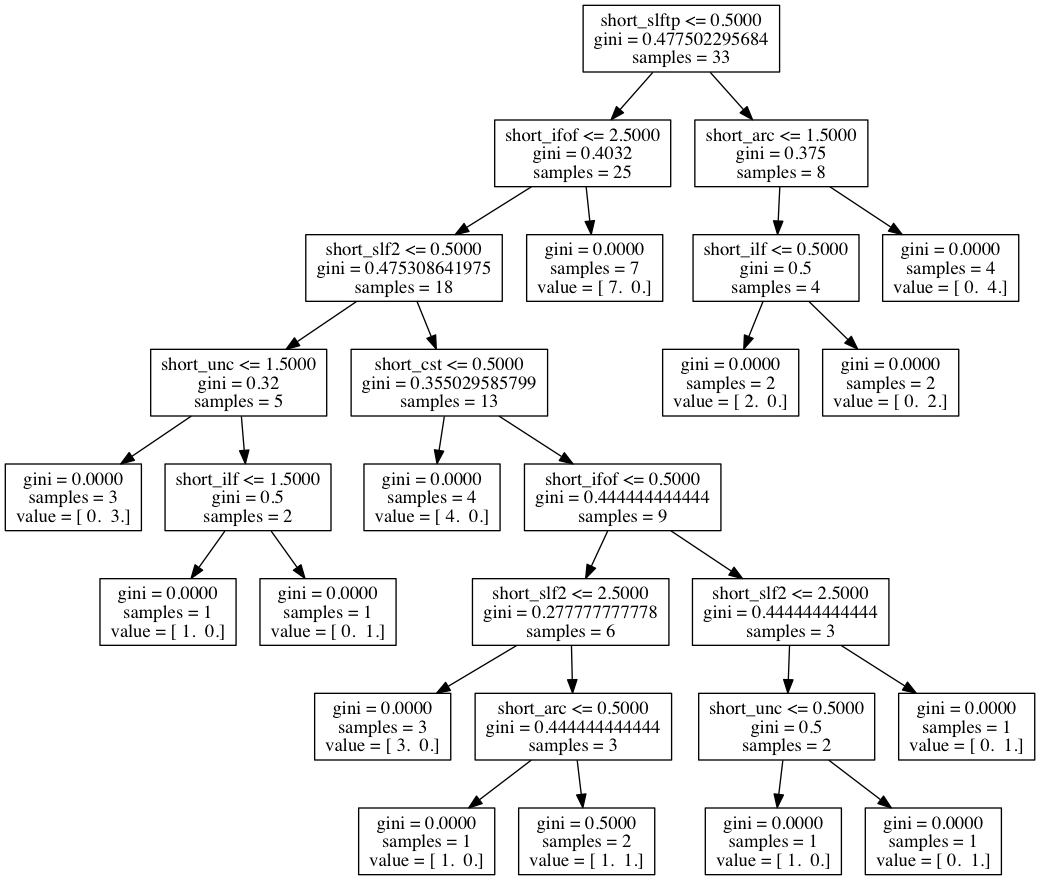
akeshavan/myscripts keeps this Graphviz diagram as neurosurgery_trees/shortLANGUAGE.png. Above is the earlier version. Its source is kept beside it as neurosurgery_trees/shortLANGUAGE.dot.
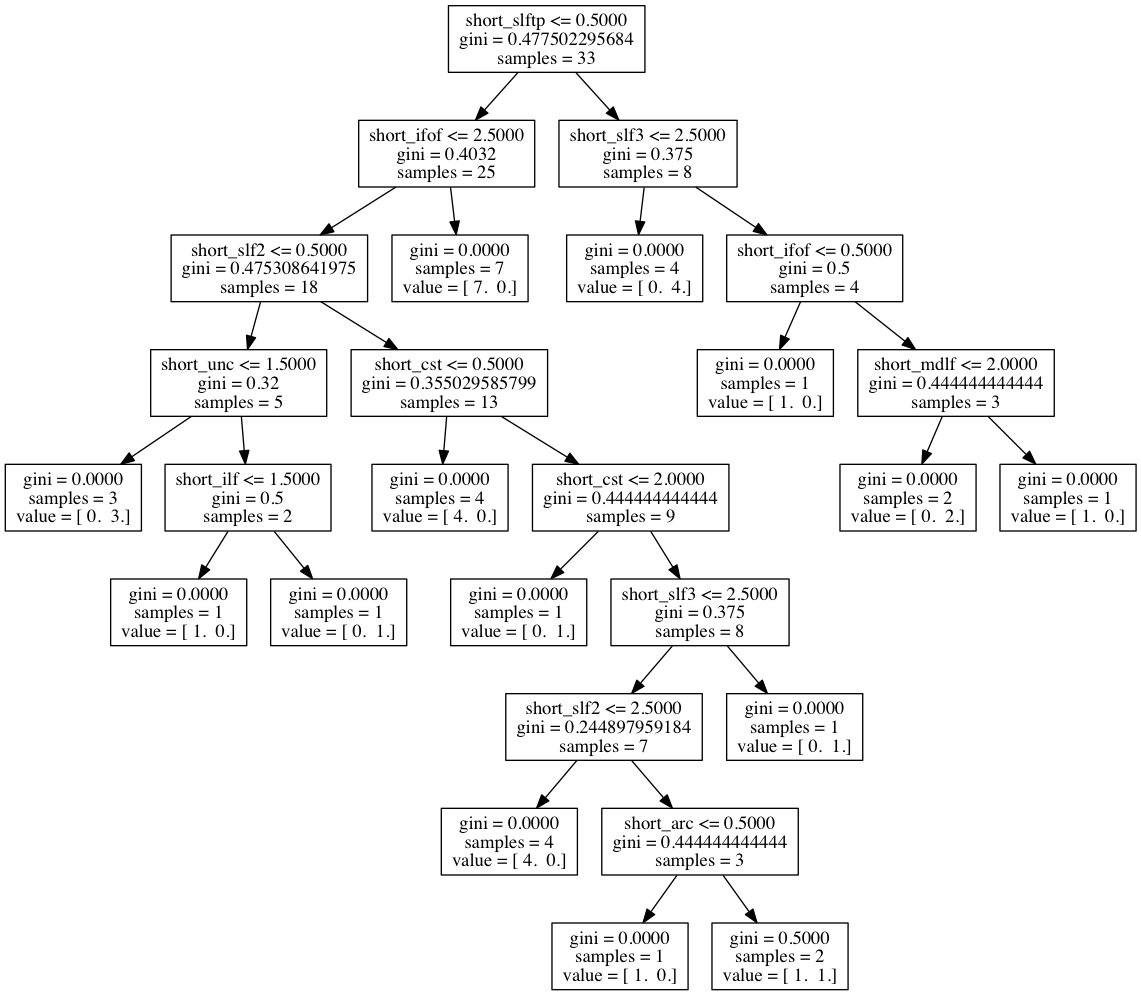
The same file after the commit.

The edit, as a diff of the source:
```diff
@@ -18,38 +18,38 @@
 2 -> 8 ;
 9 [label="gini = 0.0000\nsamples = 4\nvalue = [ 4.  0.]", shape="box"] ;
 8 -> 9 ;
-10 [label="X[6] <= 0.5000\ngini = 0.444444444444\nsamples = 9", shape="box"] ;
+10 [label="X[8] <= 2.0000\ngini = 0.444444444444\nsamples = 9", shape="box"] ;
 8 -> 10 ;
-11 [label="X[0] <= 2.5000\ngini = 0.277777777778\nsamples = 6", shape="box"] ;
+11 [label="gini = 0.0000\nsamples = 1\nvalue = [ 0.  1.]", shape="box"] ;
 10 -> 11 ;
-12 [label="gini = 0.0000\nsamples = 3\nvalue = [ 3.  0.]", shape="box"] ;
-11 -> 12 ;
-13 [label="X[2] <= 0.5000\ngini = 0.444444444444\nsamples = 3", shape="box"] ;
-11 -> 13 ;
-14 [label="gini = 0.0000\nsamples = 1\nvalue = [ 1.  0.]", shape="box"] ;
+12 [label="X[1] <= 2.5000\ngini = 0.375\nsamples = 8", shape="box"] ;
+10 -> 12 ;
+13 [label="X[0] <= 2.5000\ngini = 0.244897959184\nsamples = 7", shape="box"] ;
+12 -> 13 ;
+14 [label="gini = 0.0000\nsamples = 4\nvalue = [ 4.  0.]", shape="box"] ;
 13 -> 14 ;
-15 [label="gini = 0.5000\nsamples = 2\nvalue = [ 1.  1.]", shape="box"] ;
+15 [label="X[2] <= 0.5000\ngini = 0.444444444444\nsamples = 3", shape="box"] ;
 13 -> 15 ;
-16 [label="X[0] <= 2.5000\ngini = 0.444444444444\nsamples = 3", shape="box"] ;
-10 -> 16 ;
-17 [label="X[7] <= 0.5000\ngini = 0.5\nsamples = 2", shape="box"] ;
-16 -> 17 ;
-18 [label="gini = 0.0000\nsamples = 1\nvalue = [ 1.  0.]", shape="box"] ;
-17 -> 18 ;
-19 [label="gini = 0.0000\nsamples = 1\nvalue = [ 0.  1.]", shape="box"] ;
-17 -> 19 ;
-20 [label="gini = 0.0000\nsamples = 1\nvalue = [ 0.  1.]", shape="box"] ;
-16 -> 20 ;
-21 [label="gini = 0.0000\nsamples = 7\nvalue = [ 7.  0.]", shape="box"] ;
-1 -> 21 ;
-22 [label="X[2] <= 1.5000\ngini = 0.375\nsamples = 8", shape="box"] ;
-0 -> 22 ;
-23 [label="X[4] <= 0.5000\ngini = 0.5\nsamples = 4", shape="box"] ;
+16 [label="gini = 0.0000\nsamples = 1\nvalue = [ 1.  0.]", shape="box"] ;
+15 -> 16 ;
+17 [label="gini = 0.5000\nsamples = 2\nvalue = [ 1.  1.]", shape="box"] ;
+15 -> 17 ;
+18 [label="gini = 0.0000\nsamples = 1\nvalue = [ 0.  1.]", shape="box"] ;
+12 -> 18 ;
+19 [label="gini = 0.0000\nsamples = 7\nvalue = [ 7.  0.]", shape="box"] ;
+1 -> 19 ;
+20 [label="X[1] <= 2.5000\ngini = 0.375\nsamples = 8", shape="box"] ;
+0 -> 20 ;
+21 [label="gini = 0.0000\nsamples = 4\nvalue = [ 0.  4.]", shape="box"] ;
+20 -> 21 ;
+22 [label="X[6] <= 0.5000\ngini = 0.5\nsamples = 4", shape="box"] ;
+20 -> 22 ;
+23 [label="gini = 0.0000\nsamples = 1\nvalue = [ 1.  0.]", shape="box"] ;
 22 -> 23 ;
-24 [label="gini = 0.0000\nsamples = 2\nvalue = [ 2.  0.]", shape="box"] ;
-23 -> 24 ;
+24 [label="X[5] <= 2.0000\ngini = 0.444444444444\nsamples = 3", shape="box"] ;
+22 -> 24 ;
 25 [label="gini = 0.0000\nsamples = 2\nvalue = [ 0.  2.]", shape="box"] ;
-23 -> 25 ;
-26 [label="gini = 0.0000\nsamples = 4\nvalue = [ 0.  4.]", shape="box"] ;
-22 -> 26 ;
+24 -> 25 ;
+26 [label="gini = 0.0000\nsamples = 1\nvalue = [ 1.  0.]", shape="box"] ;
+24 -> 26 ;
 }
```
